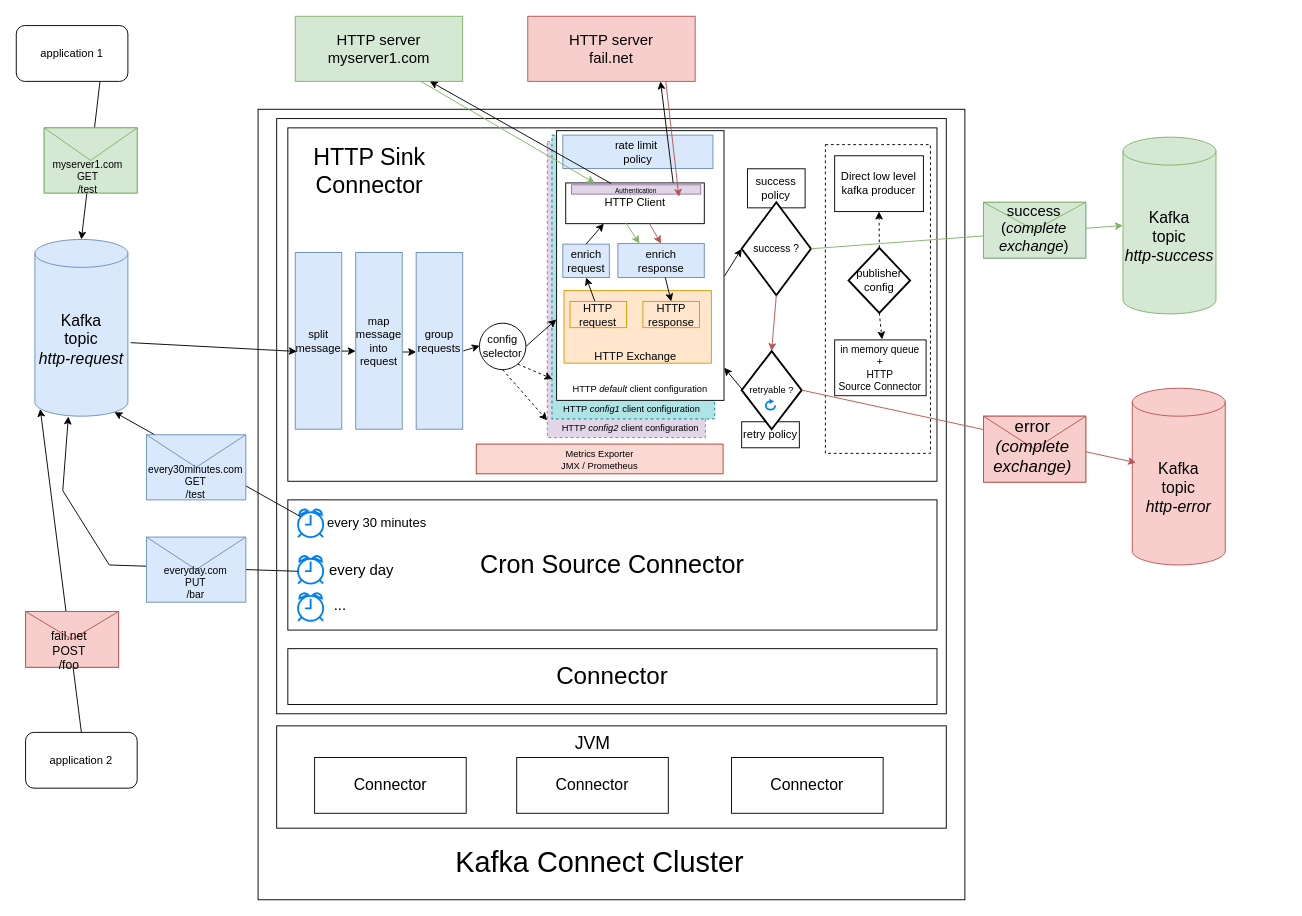
This is docs/images/architecture_options_2.drawio from clescot/kafka-connect-http, a draw.io file, before an edit. Source tidied: cells renumbered, new cells numbered last; positions are measured from the earlier drawing's top-left corner, leaving out a move shared by most shapes. Both pictures are drawn from the tidied source at 93%, with x=0, y=0 at pixel (16, 16).
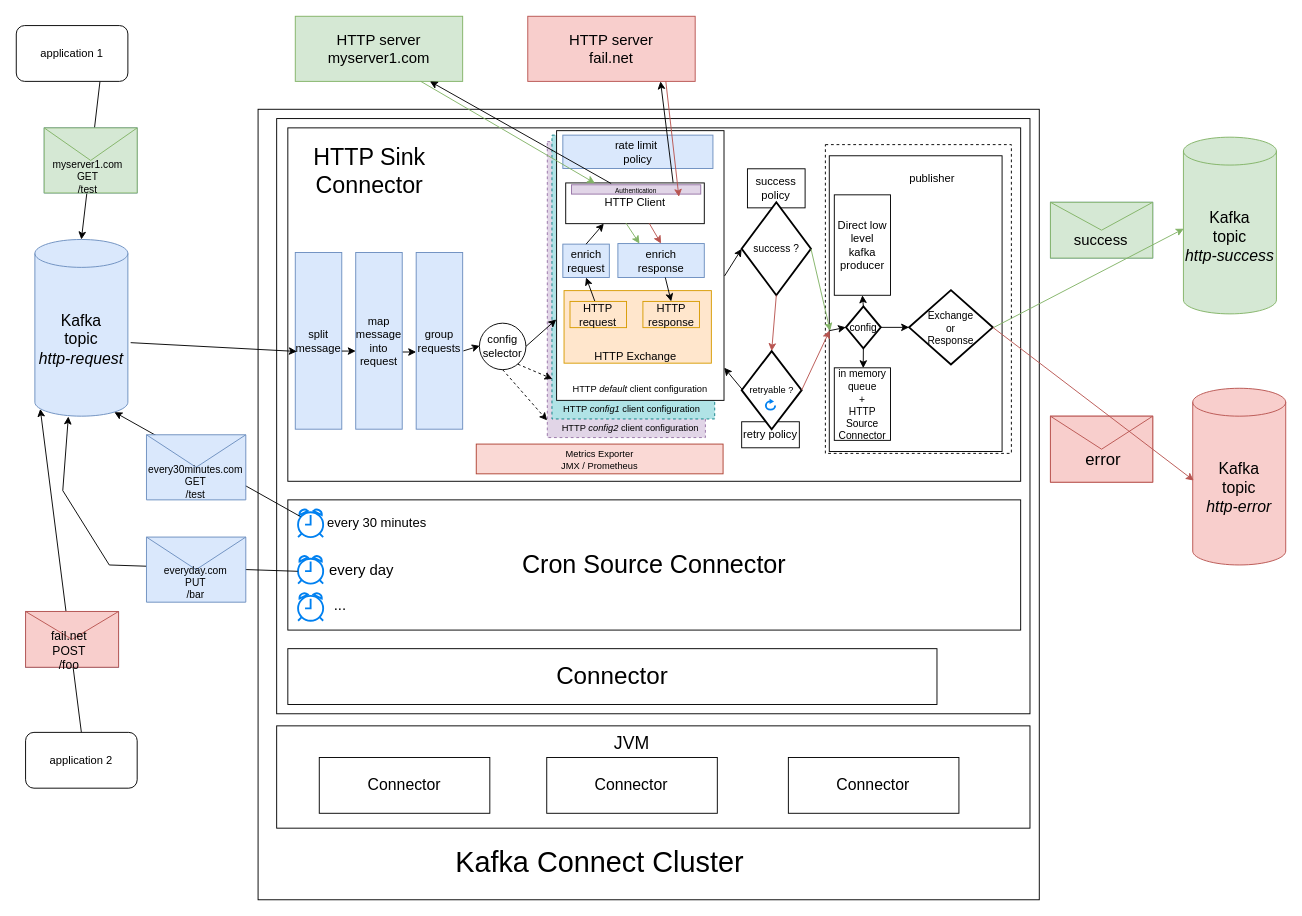
After the change.

The change refers to these unchanged cells:
```xml
<mxCell id="16" value="&lt;font style=&quot;font-size: 11px;&quot;&gt;success ?&lt;/font&gt;" style="strokeWidth=2;html=1;shape=mxgraph.flowchart.decision;whiteSpace=wrap;" parent="1" vertex="1">
  <mxGeometry x="780" y="200" width="74.5" height="100" as="geometry" />
</mxCell>
<mxCell id="60" value="&lt;font style=&quot;font-size: 10px;&quot;&gt;retryable ?&lt;/font&gt;" style="strokeWidth=2;html=1;shape=mxgraph.flowchart.decision;whiteSpace=wrap;" parent="1" vertex="1">
  <mxGeometry x="780" y="360" width="64.5" height="84" as="geometry" />
</mxCell>
<mxCell id="76" style="group;" parent="75" vertex="1">
  <mxGeometry width="110" height="71" as="geometry" />
</mxCell>
```

The edit, as a diff of the source:
```diff
@@
     <mxCell id="3" style="rounded=0;whiteSpace=wrap;html=1;" parent="1" vertex="1">
-      <mxGeometry x="260" y="100" width="760" height="850" as="geometry" />
+      <mxGeometry x="260" y="100" width="840" height="850" as="geometry" />
     </mxCell>
     <mxCell id="4" style="rounded=0;whiteSpace=wrap;html=1;" parent="1" vertex="1">
-      <mxGeometry x="280" y="110" width="720" height="640" as="geometry" />
+      <mxGeometry x="280" y="110" width="810" height="640" as="geometry" />
     </mxCell>
@@
     <mxCell id="14" style="rounded=0;whiteSpace=wrap;html=1;fontSize=17;" parent="1" vertex="1">
-      <mxGeometry x="292" y="120" width="698" height="380" as="geometry" />
+      <mxGeometry x="292" y="120" width="788" height="380" as="geometry" />
     </mxCell>
@@
     <mxCell id="47" value="&lt;font style=&quot;font-size: 17px;&quot;&gt;Kafka&lt;/font&gt;&lt;div style=&quot;font-size: 17px;&quot;&gt;&lt;font style=&quot;font-size: 17px;&quot;&gt;topic&lt;/font&gt;&lt;/div&gt;&lt;div style=&quot;font-size: 17px;&quot;&gt;&lt;i style=&quot;&quot;&gt;&lt;font style=&quot;font-size: 17px;&quot;&gt;http-success&lt;/font&gt;&lt;/i&gt;&lt;/div&gt;" style="shape=cylinder3;whiteSpace=wrap;html=1;boundedLbl=1;backgroundOutline=1;size=15;fillColor=#d5e8d4;strokeColor=#82b366;" parent="1" vertex="1">
-      <mxGeometry x="1190" y="130" width="100" height="190" as="geometry" />
+      <mxGeometry x="1255" y="130" width="100" height="190" as="geometry" />
     </mxCell>
     <mxCell id="48" value="&lt;font style=&quot;font-size: 17px;&quot;&gt;Kafka&lt;/font&gt;&lt;div style=&quot;font-size: 17px;&quot;&gt;&lt;font style=&quot;font-size: 17px;&quot;&gt;topic&lt;/font&gt;&lt;/div&gt;&lt;div style=&quot;font-size: 17px;&quot;&gt;&lt;i style=&quot;&quot;&gt;&lt;font style=&quot;font-size: 17px;&quot;&gt;http-error&lt;/font&gt;&lt;/i&gt;&lt;/div&gt;" style="shape=cylinder3;whiteSpace=wrap;html=1;boundedLbl=1;backgroundOutline=1;size=15;fillColor=#f8cecc;strokeColor=#b85450;" parent="1" vertex="1">
-      <mxGeometry x="1200" y="400" width="100" height="190" as="geometry" />
+      <mxGeometry x="1265" y="400" width="100" height="190" as="geometry" />
     </mxCell>
     <mxCell id="49" style="group;" parent="1" vertex="1">
-      <mxGeometry x="280" y="763" width="720" height="110" as="geometry" />
+      <mxGeometry x="280" y="763" width="810" height="110" as="geometry" />
     </mxCell>
     <mxCell id="50" style="rounded=0;whiteSpace=wrap;html=1;" parent="49" vertex="1">
-      <mxGeometry width="720" height="110" as="geometry" />
+      <mxGeometry width="810" height="110" as="geometry" />
     </mxCell>
     <mxCell id="51" value="&lt;font style=&quot;font-size: 19px;&quot;&gt;JVM&lt;/font&gt;" style="text;html=1;align=center;verticalAlign=middle;whiteSpace=wrap;rounded=0;fontSize=15;" parent="49" vertex="1">
-      <mxGeometry x="298.9" y="4" width="81.5" height="30" as="geometry" />
+      <mxGeometry x="336.2" y="4" width="91.7" height="30" as="geometry" />
     </mxCell>
     <mxCell id="52" value="Connector" style="rounded=0;whiteSpace=wrap;html=1;fontSize=17;" parent="49" vertex="1">
-      <mxGeometry x="40.8" y="34" width="163" height="60" as="geometry" />
+      <mxGeometry x="45.8" y="34" width="183.4" height="60" as="geometry" />
     </mxCell>
     <mxCell id="53" value="Connector" style="rounded=0;whiteSpace=wrap;html=1;fontSize=17;" parent="49" vertex="1">
-      <mxGeometry x="258.1" y="34" width="163" height="60" as="geometry" />
+      <mxGeometry x="290.4" y="34" width="183.4" height="60" as="geometry" />
     </mxCell>
     <mxCell id="54" value="Connector" style="rounded=0;whiteSpace=wrap;html=1;fontSize=17;" parent="49" vertex="1">
-      <mxGeometry x="489.1" y="34" width="163" height="60" as="geometry" />
+      <mxGeometry x="550.2" y="34" width="183.4" height="60" as="geometry" />
     </mxCell>
@@
     <mxCell id="64" style="group;" parent="1" vertex="1">
-      <mxGeometry x="860" y="138" width="123" height="352" as="geometry" />
+      <mxGeometry x="860" y="138" width="210" height="352" as="geometry" />
     </mxCell>
     <mxCell id="65" style="rounded=0;whiteSpace=wrap;html=1;dashed=1;" parent="64" vertex="1">
-      <mxGeometry x="10" width="113" height="332" as="geometry" />
+      <mxGeometry x="10" width="200" height="332" as="geometry" />
     </mxCell>
-    <mxCell id="66" value="publisher&lt;div&gt;config&lt;/div&gt;" style="strokeWidth=2;html=1;shape=mxgraph.flowchart.decision;whiteSpace=wrap;" parent="64" vertex="1">
-      <mxGeometry x="34.9" y="111" width="66.2" height="70" as="geometry" />
-    </mxCell>
+    <mxCell id="107" style="rounded=0;whiteSpace=wrap;html=1;" parent="64" vertex="1">
+      <mxGeometry x="14.2" y="12" width="185.8" height="318" as="geometry" />
+    </mxCell>
     <mxCell id="67" value="Direct low level&lt;div&gt;kafka producer&lt;/div&gt;" style="rounded=0;whiteSpace=wrap;html=1;" parent="64" vertex="1">
-      <mxGeometry x="20" y="12" width="95.4" height="60" as="geometry" />
+      <mxGeometry x="19.6" y="54" width="60.4" height="108" as="geometry" />
     </mxCell>
-    <mxCell id="68" style="endArrow=classic;html=1;rounded=0;fillColor=#d5e8d4;strokeColor=#000000;exitX=0.5;exitY=1;exitDx=0;exitDy=0;entryX=0.518;entryY=-0.009;entryDx=0;entryDy=0;exitPerimeter=0;dashed=1;entryPerimeter=0;" parent="64" edge="1" source="66" target="70">
-      <mxGeometry relative="1" as="geometry" />
-    </mxCell>
-    <mxCell id="69" style="endArrow=classic;html=1;rounded=0;fillColor=#d5e8d4;strokeColor=#000000;exitX=0.5;exitY=0;exitDx=0;exitDy=0;entryX=0.5;entryY=1;entryDx=0;entryDy=0;exitPerimeter=0;dashed=1;" parent="64" edge="1" source="66" target="67">
-      <mxGeometry relative="1" as="geometry" />
-    </mxCell>
     <mxCell id="70" value="&lt;font style=&quot;font-size: 11px;&quot;&gt;in memory queue&lt;/font&gt;&lt;div style=&quot;font-size: 11px;&quot;&gt;&lt;font style=&quot;font-size: 11px;&quot;&gt;+&lt;/font&gt;&lt;/div&gt;&lt;div style=&quot;font-size: 11px;&quot;&gt;&lt;font style=&quot;font-size: 11px;&quot;&gt;HTTP&lt;/font&gt;&lt;/div&gt;&lt;div style=&quot;font-size: 11px;&quot;&gt;&lt;font style=&quot;font-size: 11px;&quot;&gt;Source Connector&lt;/font&gt;&lt;/div&gt;" style="rounded=0;whiteSpace=wrap;html=1;" parent="64" vertex="1">
-      <mxGeometry x="20" y="210" width="98.3" height="60" as="geometry" />
+      <mxGeometry x="19.6" y="240" width="60.4" height="78" as="geometry" />
     </mxCell>
+    <mxCell id="108" value="publisher" style="text;html=1;align=center;verticalAlign=middle;whiteSpace=wrap;rounded=0;" parent="64" vertex="1">
+      <mxGeometry x="94.5" y="22" width="60" height="30" as="geometry" />
+    </mxCell>
+    <mxCell id="109" value="&lt;font style=&quot;font-size: 11px;&quot;&gt;config&lt;/font&gt;" style="strokeWidth=2;html=1;shape=mxgraph.flowchart.decision;whiteSpace=wrap;" parent="64" vertex="1">
+      <mxGeometry x="32.1" y="174" width="37.5" height="45" as="geometry" />
+    </mxCell>
+    <mxCell id="110" style="endArrow=classic;html=1;rounded=0;fillColor=#d5e8d4;strokeColor=#000000;exitX=0.004;exitY=0.591;exitDx=0;exitDy=0;entryX=0;entryY=0.5;entryDx=0;entryDy=0;entryPerimeter=0;exitPerimeter=0;" parent="64" edge="1" source="107" target="109">
+      <mxGeometry relative="1" as="geometry" />
+    </mxCell>
+    <mxCell id="111" style="endArrow=classic;html=1;rounded=0;fillColor=#d5e8d4;strokeColor=#000000;entryX=0.515;entryY=0.005;entryDx=0;entryDy=0;entryPerimeter=0;exitX=0.5;exitY=1;exitDx=0;exitDy=0;exitPerimeter=0;" parent="64" edge="1" source="109" target="70">
+      <mxGeometry relative="1" as="geometry" />
+    </mxCell>
+    <mxCell id="112" style="endArrow=classic;html=1;rounded=0;fillColor=#d5e8d4;strokeColor=#000000;entryX=0.5;entryY=1;entryDx=0;entryDy=0;exitX=0.5;exitY=0;exitDx=0;exitDy=0;exitPerimeter=0;" parent="64" edge="1" source="109" target="67">
+      <mxGeometry relative="1" as="geometry" />
+    </mxCell>
+    <mxCell id="113" value="&lt;font style=&quot;font-size: 11px;&quot;&gt;Exchange&lt;/font&gt;&lt;div style=&quot;font-size: 11px;&quot;&gt;&lt;font style=&quot;font-size: 11px;&quot;&gt;or&lt;/font&gt;&lt;/div&gt;&lt;div style=&quot;font-size: 11px;&quot;&gt;&lt;font style=&quot;font-size: 11px;&quot;&gt;Response&lt;/font&gt;&lt;/div&gt;" style="strokeWidth=2;html=1;shape=mxgraph.flowchart.decision;whiteSpace=wrap;" parent="64" vertex="1">
+      <mxGeometry x="100" y="156.5" width="90" height="80" as="geometry" />
+    </mxCell>
+    <mxCell id="114" style="endArrow=classic;html=1;rounded=0;fillColor=#d5e8d4;strokeColor=#000000;entryX=0;entryY=0.5;entryDx=0;entryDy=0;exitX=1;exitY=0.5;exitDx=0;exitDy=0;exitPerimeter=0;entryPerimeter=0;" parent="64" edge="1" source="109" target="113">
+      <mxGeometry relative="1" as="geometry" />
+    </mxCell>
@@
-    <mxCell id="74" style="endArrow=classic;html=1;rounded=0;fillColor=#f8cecc;strokeColor=#b85450;entryX=0.04;entryY=0.421;entryDx=0;entryDy=0;entryPerimeter=0;exitX=1;exitY=0.5;exitDx=0;exitDy=0;exitPerimeter=0;" parent="1" edge="1" source="60" target="48">
+    <mxCell id="74" style="endArrow=classic;html=1;rounded=0;fillColor=#f8cecc;strokeColor=#b85450;entryX=0.002;entryY=0.591;entryDx=0;entryDy=0;entryPerimeter=0;exitX=1;exitY=0.5;exitDx=0;exitDy=0;exitPerimeter=0;" parent="1" edge="1" source="60" target="107">
       <mxGeometry relative="1" as="geometry" />
     </mxCell>
     <mxCell id="75" style="group;fillColor=#f8cecc;strokeColor=#b85450;" parent="1" vertex="1">
-      <mxGeometry x="1040" y="430" width="110" height="71" as="geometry" />
+      <mxGeometry x="1112" y="430" width="110" height="71" as="geometry" />
     </mxCell>
@@
-    <mxCell id="78" value="&lt;span style=&quot;font-size: 18px;&quot;&gt;error&lt;/span&gt;&lt;div&gt;&lt;span style=&quot;font-size: 18px;&quot;&gt;&lt;i&gt;(complete&lt;/i&gt;&lt;/span&gt;&lt;/div&gt;&lt;div&gt;&lt;span style=&quot;font-size: 18px;&quot;&gt;&lt;i&gt;exchange)&lt;/i&gt;&lt;/span&gt;&lt;/div&gt;" style="text;html=1;align=center;verticalAlign=middle;whiteSpace=wrap;rounded=0;" parent="76" vertex="1">
-      <mxGeometry x="30.2" y="27.4" width="46.3" height="10.6" as="geometry" />
+    <mxCell id="78" value="&lt;span style=&quot;font-size: 18px;&quot;&gt;error&lt;/span&gt;" style="text;html=1;align=center;verticalAlign=middle;whiteSpace=wrap;rounded=0;" parent="76" vertex="1">
+      <mxGeometry x="34.2" y="41.4" width="46.3" height="10.6" as="geometry" />
     </mxCell>
-    <mxCell id="79" style="endArrow=classic;html=1;rounded=0;fillColor=#d5e8d4;strokeColor=#82b366;exitX=1;exitY=0.5;exitDx=0;exitDy=0;entryX=0;entryY=0.5;entryDx=0;entryDy=0;entryPerimeter=0;exitPerimeter=0;" parent="1" edge="1" source="16" target="47">
+    <mxCell id="79" style="endArrow=classic;html=1;rounded=0;fillColor=#d5e8d4;strokeColor=#82b366;exitX=1;exitY=0.5;exitDx=0;exitDy=0;entryX=0.005;entryY=0.592;entryDx=0;entryDy=0;entryPerimeter=0;exitPerimeter=0;" parent="1" edge="1" source="16" target="107">
       <mxGeometry relative="1" as="geometry" />
     </mxCell>
     <mxCell id="80" value="&lt;font style=&quot;font-size: 27px;&quot;&gt;Cron Source Connector&lt;/font&gt;" style="rounded=0;whiteSpace=wrap;html=1;" parent="1" vertex="1">
-      <mxGeometry x="292" y="520" width="698" height="140" as="geometry" />
+      <mxGeometry x="292" y="520" width="788" height="140" as="geometry" />
     </mxCell>
@@
     <mxCell id="87" style="group;fillColor=#dae8fc;strokeColor=#6c8ebf;" parent="1" vertex="1">
-      <mxGeometry x="1040" y="200" width="110" height="60" as="geometry" />
+      <mxGeometry x="1112" y="200" width="110" height="60" as="geometry" />
     </mxCell>
@@
-    <mxCell id="89" value="&lt;div style=&quot;font-size: 16px;&quot;&gt;&lt;font style=&quot;font-size: 16px;&quot;&gt;success&lt;/font&gt;&lt;/div&gt;&lt;div style=&quot;font-size: 16px;&quot;&gt;&lt;font style=&quot;font-size: 16px;&quot;&gt;&lt;span style=&quot;background-color: initial;&quot;&gt;(&lt;i&gt;complete&lt;/i&gt;&lt;/span&gt;&lt;i&gt;&lt;br&gt;&lt;/i&gt;&lt;/font&gt;&lt;/div&gt;&lt;div style=&quot;font-size: 16px;&quot;&gt;&lt;div style=&quot;&quot;&gt;&lt;font style=&quot;font-size: 16px;&quot;&gt;&lt;i style=&quot;&quot;&gt;exchange&lt;/i&gt;)&lt;/font&gt;&lt;/div&gt;&lt;/div&gt;" style="text;html=1;align=center;verticalAlign=middle;whiteSpace=wrap;rounded=0;" parent="87" vertex="1">
-      <mxGeometry x="21.2" y="19.2" width="67.4" height="18" as="geometry" />
+    <mxCell id="89" value="&lt;div style=&quot;font-size: 16px;&quot;&gt;&lt;font style=&quot;font-size: 16px;&quot;&gt;success&lt;/font&gt;&lt;/div&gt;&lt;div style=&quot;font-size: 16px;&quot;&gt;&lt;br&gt;&lt;/div&gt;" style="text;html=1;align=center;verticalAlign=middle;whiteSpace=wrap;rounded=0;" parent="87" vertex="1">
+      <mxGeometry x="21.2" y="44.2" width="67.4" height="10.8" as="geometry" />
     </mxCell>
@@
+    <mxCell id="115" style="endArrow=classic;html=1;rounded=0;fillColor=#d5e8d4;strokeColor=#82b366;exitX=1.009;exitY=0.503;exitDx=0;exitDy=0;entryX=0.004;entryY=0.518;entryDx=0;entryDy=0;exitPerimeter=0;entryPerimeter=0;" parent="1" edge="1" source="113" target="47">
+      <mxGeometry relative="1" as="geometry" />
+    </mxCell>
+    <mxCell id="116" style="endArrow=classic;html=1;rounded=0;fillColor=#f8cecc;strokeColor=#b85450;entryX=0.011;entryY=0.522;entryDx=0;entryDy=0;entryPerimeter=0;exitX=1;exitY=0.5;exitDx=0;exitDy=0;exitPerimeter=0;" parent="1" edge="1" source="113" target="48">
+      <mxGeometry relative="1" as="geometry" />
+    </mxCell>
```
